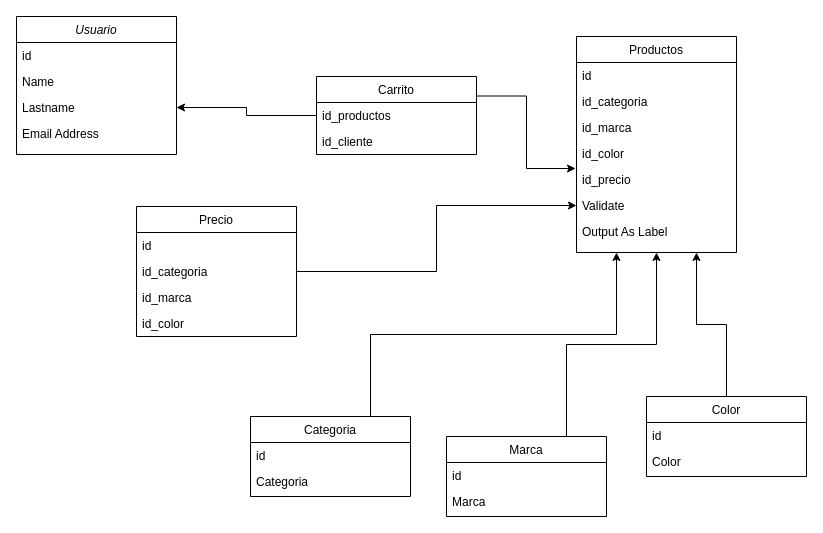
Earlier version of the draw.io diagram website/Untitled Diagram.drawio (Diegotes-DH/grupo_12_Sk8). Source tidied: cells renumbered, new cells numbered last; positions are measured from the earlier drawing's top-left corner, leaving out a move shared by most shapes. Both pictures are drawn from the tidied source at 100%, with x=0, y=0 at pixel (16, 16).
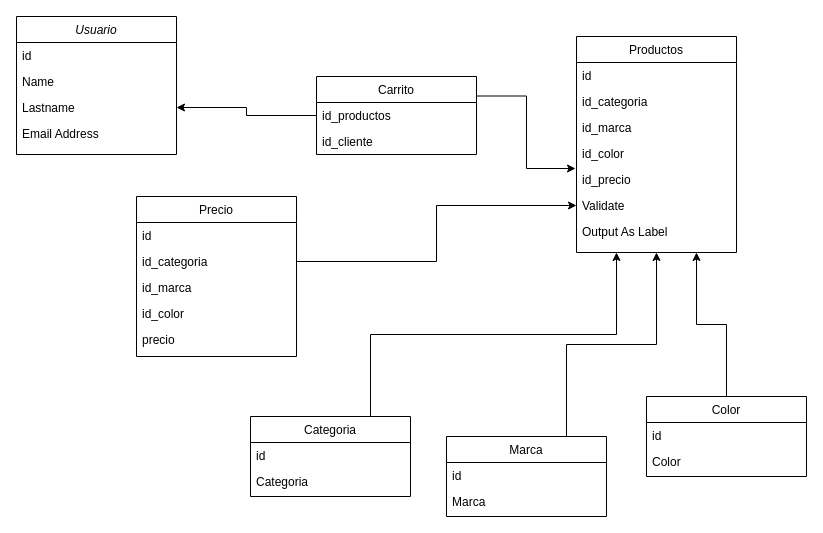
Above is the later version.

What changed in the source:
```diff
@@
     <mxCell id="31" value="Precio" style="swimlane;fontStyle=0;align=center;verticalAlign=top;horizontal=1;startSize=26;rounded=0;shadow=0;strokeWidth=1;" parent="1" vertex="1">
-      <mxGeometry x="120" y="190" width="160" height="130" as="geometry" />
+      <mxGeometry x="120" y="180" width="160" height="160" as="geometry" />
     </mxCell>
@@
+    <mxCell id="38" value="precio" style="text;align=left;verticalAlign=top;spacingLeft=4;spacingRight=4;overflow=hidden;rounded=0;shadow=0;html=0;" parent="31" vertex="1">
+      <mxGeometry y="130" width="160" height="26" as="geometry" />
+    </mxCell>
```
